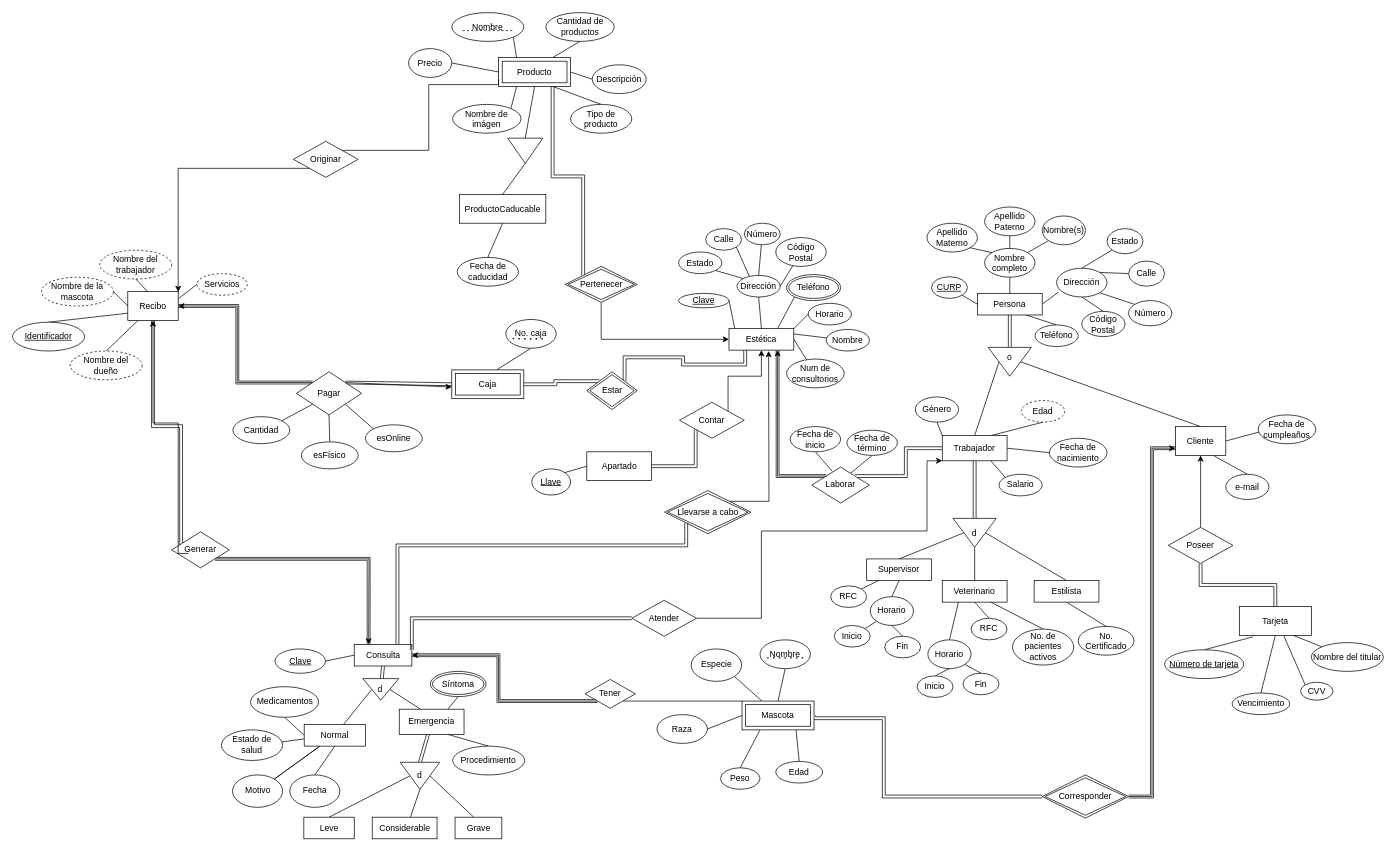
This is Untitled Diagram (1).drawio from FBD-Alfa/Practica03, a draw.io file, before an edit. Source tidied: cells renumbered, new cells numbered last; positions are measured from the earlier drawing's top-left corner, leaving out a move shared by most shapes. Both pictures are drawn from the tidied source at 72%, with x=0, y=0 at pixel (12, 12).
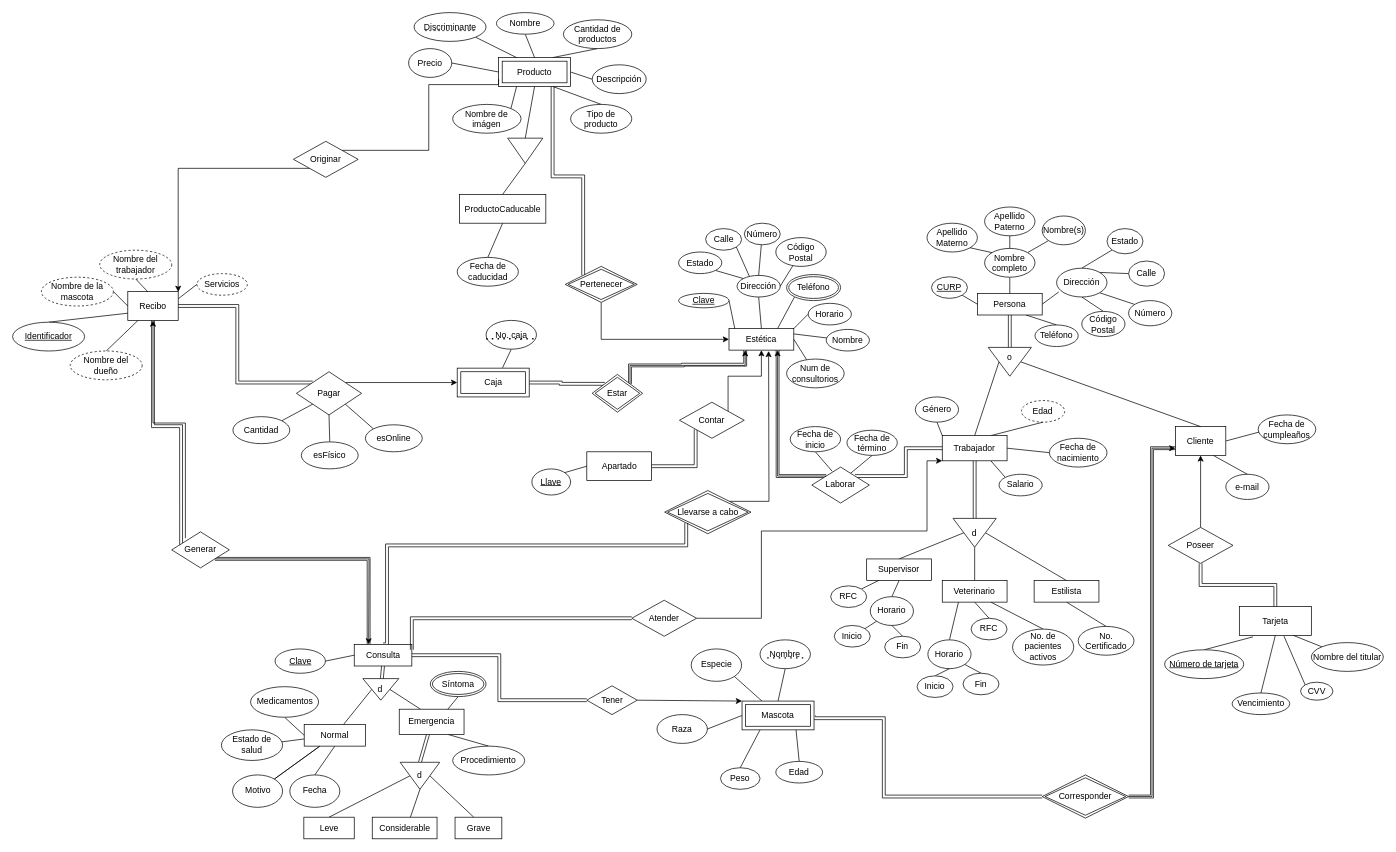
After the change.

The change refers to these unchanged cells:
```xml
<mxCell id="3" value="Estética" style="rounded=0;whiteSpace=wrap;html=1;" parent="1" vertex="1">
  <mxGeometry x="995" y="438.8" width="90" height="30" as="geometry" />
</mxCell>
<mxCell id="33" value="Mascota" style="shape=ext;margin=3;double=1;whiteSpace=wrap;html=1;align=center;" parent="1" vertex="1">
  <mxGeometry x="1013.1" y="956.2" width="100" height="40" as="geometry" />
</mxCell>
<mxCell id="66" value="Llevarse a cabo" style="shape=rhombus;double=1;perimeter=rhombusPerimeter;whiteSpace=wrap;html=1;align=center;" parent="1" vertex="1">
  <mxGeometry x="905.6" y="663.8" width="120" height="60" as="geometry" />
</mxCell>
<mxCell id="76" value="Recibo" style="whiteSpace=wrap;html=1;align=center;" parent="1" vertex="1">
  <mxGeometry x="160" y="387.5" width="70" height="40" as="geometry" />
</mxCell>
<mxCell id="157" value="Producto" style="shape=ext;margin=3;double=1;whiteSpace=wrap;html=1;align=center;" parent="1" vertex="1">
  <mxGeometry x="675" y="62.5" width="100" height="40" as="geometry" />
</mxCell>
<mxCell id="188" value="Consulta" style="whiteSpace=wrap;html=1;align=center;" parent="1" vertex="1">
  <mxGeometry x="474.5" y="877.5" width="80" height="30" as="geometry" />
</mxCell>
<mxCell id="199" value="Pagar" style="shape=rhombus;perimeter=rhombusPerimeter;whiteSpace=wrap;html=1;align=center;" parent="1" vertex="1">
  <mxGeometry x="394.2" y="498.8" width="90.5" height="60" as="geometry" />
</mxCell>
```

What changed in the source:
```diff
@@
     <mxCell id="2" style="edgeStyle=orthogonalEdgeStyle;rounded=0;jettySize=auto;html=1;exitX=0.25;exitY=1;exitDx=0;exitDy=0;entryX=1;entryY=0;entryDx=0;entryDy=0;endArrow=classic;endFill=1;shape=link;" parent="1" edge="1" source="3" target="92">
-      <mxGeometry relative="1" as="geometry" />
+      <mxGeometry relative="1" as="geometry">
+        <Array as="points">
+          <mxPoint x="1017" y="489" />
+          <mxPoint x="931" y="489" />
+          <mxPoint x="850" y="490" />
+        </Array>
+      </mxGeometry>
     </mxCell>
@@
-    <mxCell id="63" style="edgeStyle=orthogonalEdgeStyle;rounded=0;jettySize=auto;html=1;exitX=0;exitY=1;exitDx=0;exitDy=0;entryX=1;entryY=0.5;entryDx=0;entryDy=0;endArrow=classic;endFill=1;" parent="1" edge="1" source="68" target="188">
+    <mxCell id="63" style="edgeStyle=orthogonalEdgeStyle;rounded=0;jettySize=auto;html=1;exitX=0;exitY=0.5;exitDx=0;exitDy=0;entryX=1;entryY=0.5;entryDx=0;entryDy=0;endArrow=classic;endFill=1;shape=link;" parent="1" edge="1" source="68" target="188">
       <mxGeometry relative="1" as="geometry" />
     </mxCell>
-    <mxCell id="64" style="endArrow=none;html=1;rounded=0;shape=link;exitX=0;exitY=1;exitDx=0;exitDy=0;entryX=1;entryY=0.5;entryDx=0;entryDy=0;edgeStyle=orthogonalEdgeStyle;" parent="1" edge="1" source="68" target="188">
-      <mxGeometry relative="1" as="geometry" />
-    </mxCell>
@@
-    <mxCell id="67" style="edgeStyle=none;rounded=0;jettySize=auto;html=1;exitX=1;exitY=1;exitDx=0;exitDy=0;entryX=0;entryY=0;entryDx=0;entryDy=0;endArrow=none;endFill=0;" parent="1" edge="1" source="68" target="33">
+    <mxCell id="67" style="edgeStyle=none;rounded=0;jettySize=auto;html=1;exitX=1;exitY=0.5;exitDx=0;exitDy=0;entryX=0;entryY=0;entryDx=0;entryDy=0;endArrow=classic;endFill=1;" parent="1" edge="1" source="68" target="33">
       <mxGeometry relative="1" as="geometry" />
     </mxCell>
     <mxCell id="68" value="Tener" style="shape=rhombus;perimeter=rhombusPerimeter;whiteSpace=wrap;html=1;align=center;" parent="1" vertex="1">
-      <mxGeometry x="795" y="926.2" width="70" height="40" as="geometry" />
+      <mxGeometry x="797.5" y="935" width="70" height="40" as="geometry" />
     </mxCell>
@@
     <mxCell id="89" value="Caja" style="shape=ext;margin=3;double=1;whiteSpace=wrap;html=1;align=center;" parent="1" vertex="1">
-      <mxGeometry x="610" y="496.2" width="100" height="40" as="geometry" />
+      <mxGeometry x="617.5" y="493.8" width="100" height="40" as="geometry" />
     </mxCell>
@@
     <mxCell id="91" value="No. caja" style="ellipse;whiteSpace=wrap;html=1;align=center;" parent="1" vertex="1">
-      <mxGeometry x="685" y="426.2" width="70" height="40" as="geometry" />
+      <mxGeometry x="657.6" y="427.5" width="70" height="40" as="geometry" />
     </mxCell>
     <mxCell id="92" value="Estar" style="shape=rhombus;double=1;perimeter=rhombusPerimeter;whiteSpace=wrap;html=1;align=center;" parent="1" vertex="1">
-      <mxGeometry x="797.5" y="498.8" width="70" height="52.5" as="geometry" />
+      <mxGeometry x="805" y="502.5" width="70" height="52.5" as="geometry" />
     </mxCell>
@@
-    <mxCell id="159" value="Nombre" style="ellipse;whiteSpace=wrap;html=1;align=center;" parent="1" vertex="1">
-      <mxGeometry x="610" width="100" height="40" as="geometry" />
+    <mxCell id="159" value="Discriminante" style="ellipse;whiteSpace=wrap;html=1;align=center;" parent="1" vertex="1">
+      <mxGeometry x="557.6" width="100" height="40" as="geometry" />
     </mxCell>
     <mxCell id="160" style="endArrow=none;dashed=1;html=1;rounded=0;" parent="1" edge="1">
       <mxGeometry relative="1" as="geometry">
-        <mxPoint x="625" y="25" as="sourcePoint" />
-        <mxPoint x="695" y="25" as="targetPoint" />
+        <mxPoint x="572.6" y="25" as="sourcePoint" />
+        <mxPoint x="642.6" y="25" as="targetPoint" />
       </mxGeometry>
     </mxCell>
@@
     <mxCell id="165" value="Cantidad de productos" style="ellipse;whiteSpace=wrap;html=1;align=center;" parent="1" vertex="1">
-      <mxGeometry x="740.6" width="95" height="40" as="geometry" />
+      <mxGeometry x="765" y="10" width="95" height="40" as="geometry" />
     </mxCell>
@@
-    <mxCell id="187" style="edgeStyle=orthogonalEdgeStyle;rounded=0;jettySize=auto;html=1;exitX=0.75;exitY=0;exitDx=0;exitDy=0;entryX=0;entryY=1;entryDx=0;entryDy=0;endArrow=classic;endFill=1;shape=link;" parent="1" edge="1" source="188" target="66">
+    <mxCell id="187" style="edgeStyle=orthogonalEdgeStyle;rounded=0;jettySize=auto;html=1;entryX=0;entryY=1;entryDx=0;entryDy=0;endArrow=classic;endFill=1;shape=link;exitX=0.5;exitY=0;exitDx=0;exitDy=0;" parent="1" edge="1" source="188" target="66">
       <mxGeometry relative="1" as="geometry">
         <Array as="points">
-          <mxPoint x="534" y="740" />
+          <mxPoint x="520" y="878" />
+          <mxPoint x="520" y="740" />
           <mxPoint x="936" y="740" />
         </Array>
       </mxGeometry>
     </mxCell>
@@
-    <mxCell id="198" style="edgeStyle=none;rounded=0;jettySize=auto;html=1;exitX=1;exitY=0;exitDx=0;exitDy=0;entryX=0;entryY=0.5;entryDx=0;entryDy=0;endArrow=none;endFill=0;shape=link;" parent="1" edge="1" source="199" target="89">
+    <mxCell id="198" style="edgeStyle=orthogonalEdgeStyle;rounded=0;jettySize=auto;html=1;exitX=1;exitY=0;exitDx=0;exitDy=0;entryX=0;entryY=0.5;entryDx=0;entryDy=0;endArrow=classic;endFill=1;" parent="1" edge="1" source="199" target="89">
       <mxGeometry relative="1" as="geometry" />
     </mxCell>
@@
-    <mxCell id="200" style="endArrow=classic;html=1;rounded=0;exitX=0;exitY=0;exitDx=0;exitDy=0;entryX=1;entryY=0.5;entryDx=0;entryDy=0;edgeStyle=orthogonalEdgeStyle;" parent="1" edge="1" source="199" target="76">
-      <mxGeometry relative="1" as="geometry" />
-    </mxCell>
@@
-    <mxCell id="207" style="endArrow=classic;html=1;rounded=0;exitX=1;exitY=0;exitDx=0;exitDy=0;" parent="1" edge="1" source="199">
-      <mxGeometry relative="1" as="geometry">
-        <mxPoint x="610" y="520" as="targetPoint" />
-      </mxGeometry>
-    </mxCell>
@@
     <mxCell id="210" style="endArrow=none;dashed=1;html=1;dashPattern=1 3;strokeWidth=2;rounded=0;" parent="1" edge="1">
       <mxGeometry relative="1" as="geometry">
-        <mxPoint x="694.5" y="452.8" as="sourcePoint" />
-        <mxPoint x="740" y="453.1" as="targetPoint" />
+        <mxPoint x="657.6" y="453" as="sourcePoint" />
+        <mxPoint x="727.6" y="453" as="targetPoint" />
       </mxGeometry>
     </mxCell>
@@
-    <mxCell id="241" style="edgeStyle=orthogonalEdgeStyle;rounded=0;jettySize=auto;html=1;exitX=0.5;exitY=1;exitDx=0;exitDy=0;entryX=0.163;entryY=0.4;entryDx=0;entryDy=0;entryPerimeter=0;endArrow=none;endFill=0;startArrow=classic;startFill=1;" parent="1" edge="1" source="76">
+    <mxCell id="241" style="edgeStyle=orthogonalEdgeStyle;rounded=0;jettySize=auto;html=1;exitX=0.5;exitY=1;exitDx=0;exitDy=0;endArrow=none;endFill=0;startArrow=classic;startFill=1;" parent="1" edge="1" source="76">
       <mxGeometry relative="1" as="geometry">
-        <mxPoint x="244" y="751.2" as="targetPoint" />
+        <mxPoint x="240" y="730" as="targetPoint" />
         <Array as="points">
           <mxPoint x="195" y="570" />
-          <mxPoint x="230" y="570" />
-          <mxPoint x="230" y="751" />
+          <mxPoint x="240" y="570" />
         </Array>
       </mxGeometry>
     </mxCell>
@@
+    <mxCell id="243" style="rounded=0;jettySize=auto;html=1;exitX=0.5;exitY=1;exitDx=0;exitDy=0;entryX=0.5;entryY=0;entryDx=0;entryDy=0;endArrow=none;endFill=0;" parent="1" edge="1" source="244" target="157">
+      <mxGeometry relative="1" as="geometry" />
+    </mxCell>
+    <mxCell id="244" value="Nombre" style="ellipse;whiteSpace=wrap;html=1;align=center;" parent="1" vertex="1">
+      <mxGeometry x="672" width="80" height="30" as="geometry" />
+    </mxCell>
+    <mxCell id="245" style="endArrow=classic;html=1;rounded=0;endFill=1;exitX=1;exitY=0;exitDx=0;exitDy=0;entryX=0.25;entryY=1;entryDx=0;entryDy=0;edgeStyle=orthogonalEdgeStyle;" parent="1" edge="1" source="92" target="3">
+      <mxGeometry relative="1" as="geometry">
+        <Array as="points">
+          <mxPoint x="857" y="490" />
+          <mxPoint x="1017" y="490" />
+        </Array>
+      </mxGeometry>
+    </mxCell>
```
